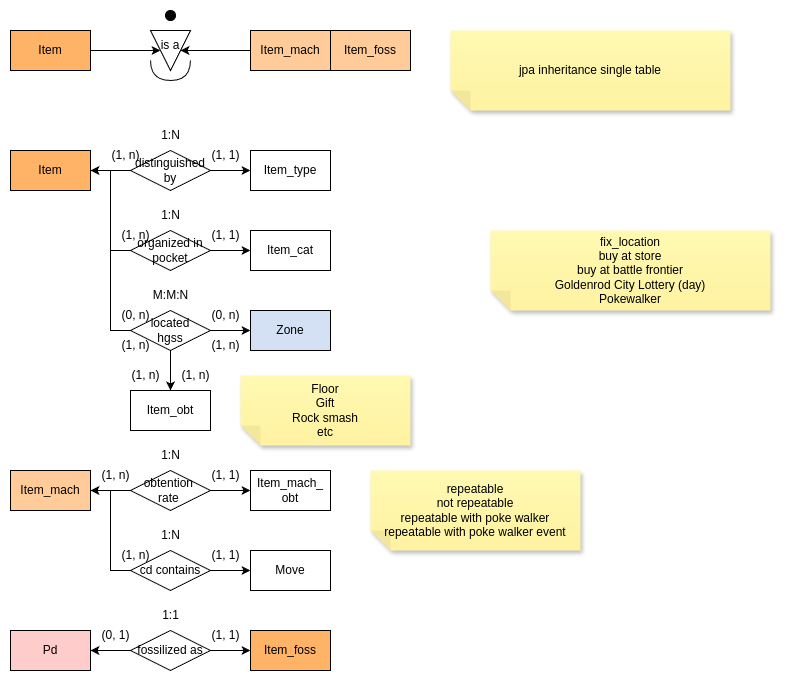
The draw.io diagram mysql/dia/kingin-er-item.drawio.png in morenopilaralejandro/kingin, before a commit. Source tidied: cells renumbered, new cells last; positions are measured from the earlier drawing's top-left corner, leaving out a move shared by most shapes.
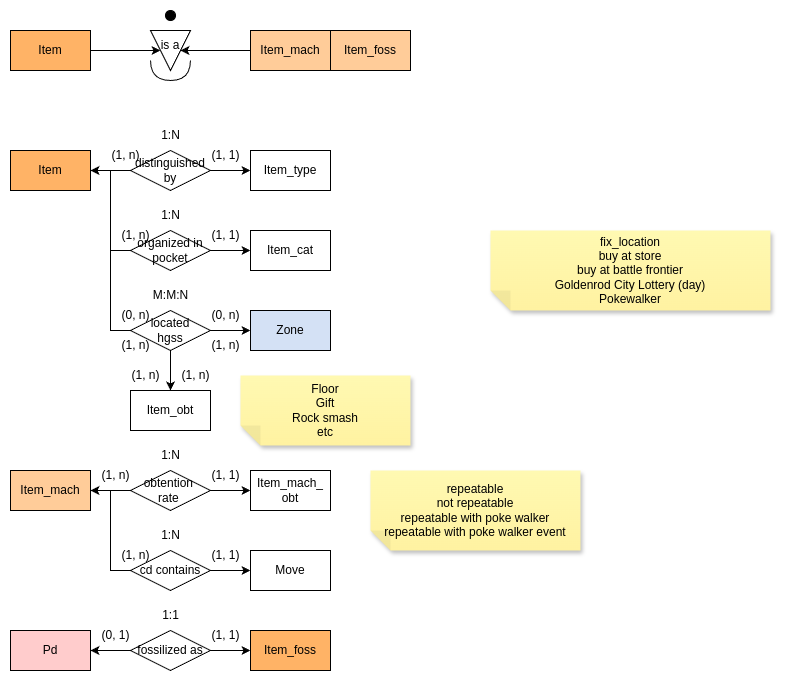
After the change.

Change to the diagram source:
```diff
@@ -171,9 +171,6 @@
     <mxCell id="55" style="ellipse;whiteSpace=wrap;html=1;fillColor=#000000;" parent="1" vertex="1">
       <mxGeometry x="155" width="10" height="10" as="geometry" />
     </mxCell>
-    <mxCell id="56" value="&lt;div&gt;jpa inheritance single table&lt;/div&gt;" style="shape=note;whiteSpace=wrap;html=1;backgroundOutline=1;fontColor=#000000;darkOpacity=0.05;fillColor=#FFF9B2;strokeColor=none;fillStyle=solid;direction=west;gradientDirection=north;gradientColor=#FFF2A1;shadow=1;size=20;" parent="1" vertex="1">
-      <mxGeometry x="440" y="20" width="280" height="80" as="geometry" />
-    </mxCell>
     <mxCell id="57" value="Item_foss" style="rounded=0;whiteSpace=wrap;html=1;fillColor=#FFCC99;" parent="1" vertex="1">
       <mxGeometry x="320" y="20" width="80" height="40" as="geometry" />
     </mxCell>
```
